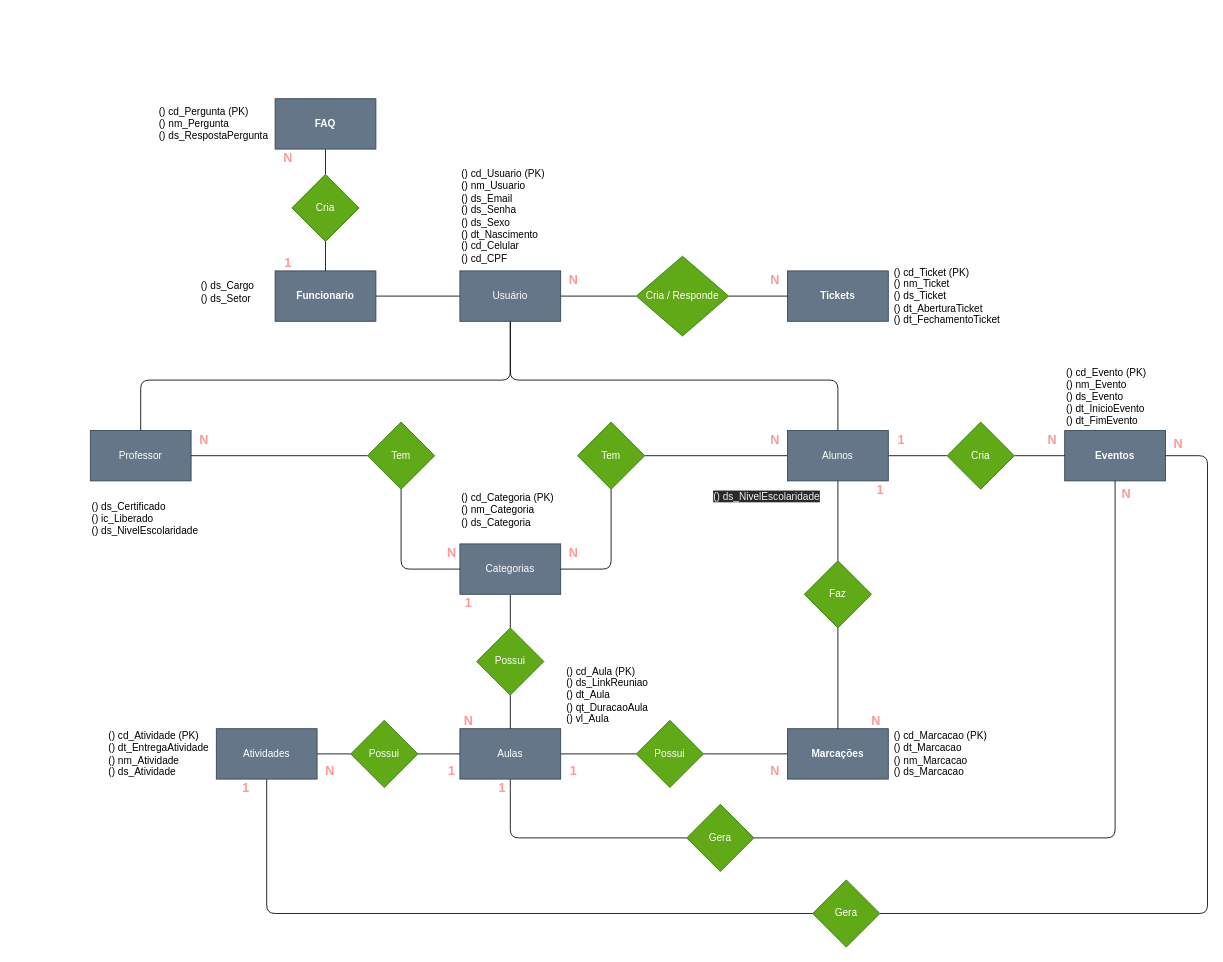
This is backend-api-java/der.drawio from retr0byte/tcc-fatec-2022, a draw.io file, before an edit. Source tidied: cells renumbered, new cells numbered last; positions are measured from the earlier drawing's top-left corner, leaving out a move shared by most shapes. Both pictures are drawn from the tidied source at 84%, with x=0, y=0 at pixel (90, 90).
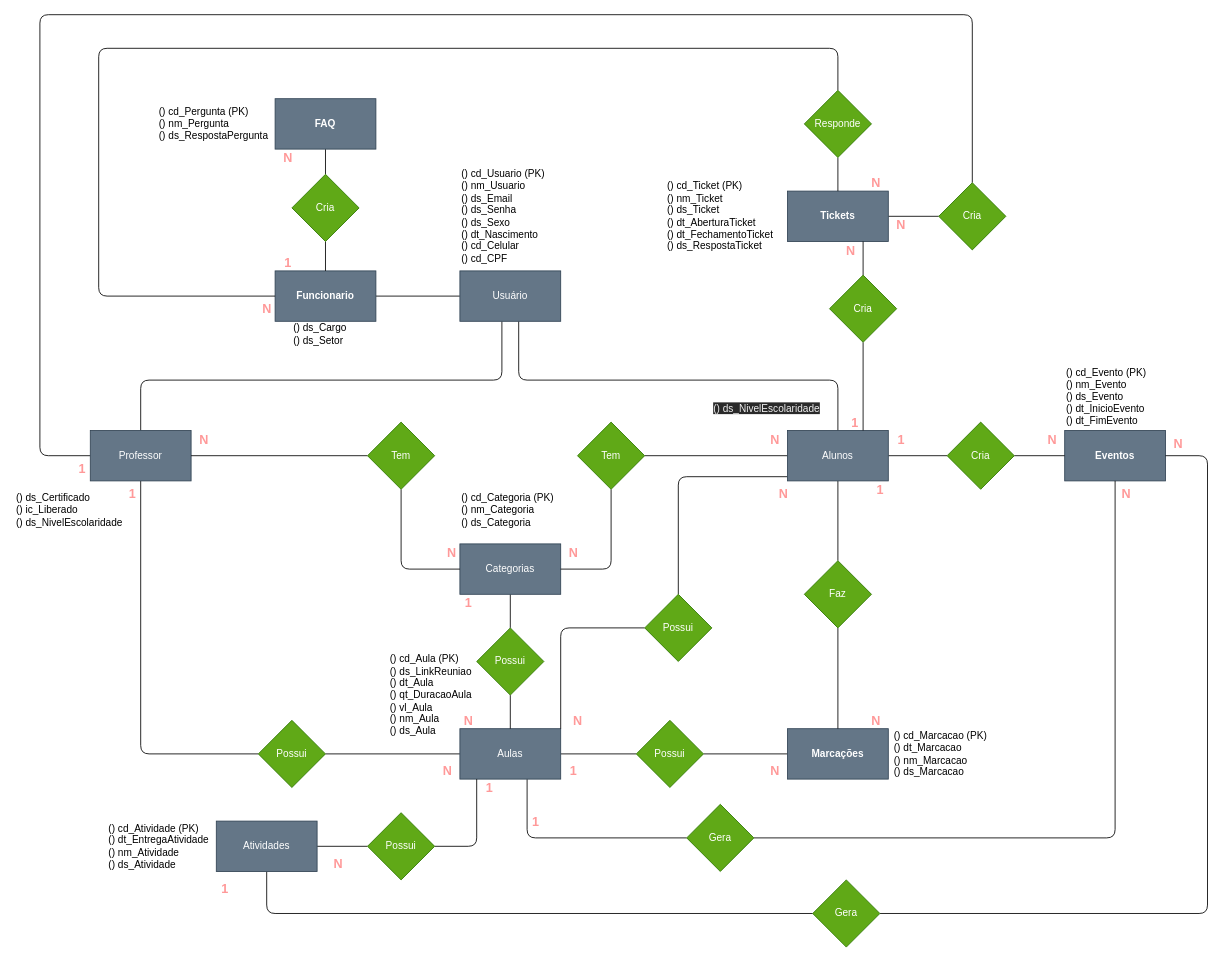
Above is the later version.

Unchanged cells that the change refers to:
```xml
<mxCell id="13" value="Usuário" style="rounded=0;whiteSpace=wrap;html=1;fillColor=#647687;strokeColor=#314354;fontColor=#ffffff;" parent="1" vertex="1">
  <mxGeometry x="440" y="215" width="120" height="60" as="geometry" />
</mxCell>
<mxCell id="14" value="Funcionario" style="rounded=0;whiteSpace=wrap;html=1;fontStyle=1;fillColor=#647687;strokeColor=#314354;fontColor=#ffffff;" parent="1" vertex="1">
  <mxGeometry x="220" y="215" width="120" height="60" as="geometry" />
</mxCell>
<mxCell id="18" value="Professor" style="rounded=0;whiteSpace=wrap;html=1;fillColor=#647687;strokeColor=#314354;fontColor=#ffffff;" parent="1" vertex="1">
  <mxGeometry y="405" width="120" height="60" as="geometry" />
</mxCell>
<mxCell id="22" value="Alunos" style="rounded=0;whiteSpace=wrap;html=1;fillColor=#647687;strokeColor=#314354;fontColor=#ffffff;" parent="1" vertex="1">
  <mxGeometry x="830" y="405" width="120" height="60" as="geometry" />
</mxCell>
<mxCell id="26" value="Aulas" style="rounded=0;whiteSpace=wrap;html=1;fillColor=#647687;strokeColor=#314354;fontColor=#ffffff;" parent="1" vertex="1">
  <mxGeometry x="440" y="760" width="120" height="60" as="geometry" />
</mxCell>
<mxCell id="79" value="Gera" style="rhombus;whiteSpace=wrap;html=1;fillColor=#60a917;fontColor=#ffffff;strokeColor=#2D7600;" parent="1" vertex="1">
  <mxGeometry x="710" y="850" width="80" height="80" as="geometry" />
</mxCell>
```

What changed in the source:
```diff
@@
     <mxCell id="3" value="() ds_Certificado&lt;br&gt;() ic_Liberado&lt;br&gt;() ds_NivelEscolaridade" style="text;html=1;strokeColor=none;fillColor=none;align=left;verticalAlign=middle;whiteSpace=wrap;rounded=0;" parent="1" vertex="1">
-      <mxGeometry y="470" width="150" height="80" as="geometry" />
+      <mxGeometry x="-90" y="460" width="150" height="80" as="geometry" />
     </mxCell>
@@
-    <mxCell id="5" value="() cd_Aula (PK)&lt;br&gt;() ds_LinkReuniao&lt;br&gt;() dt_Aula&lt;br&gt;() qt_DuracaoAula&lt;br&gt;() vl_Aula" style="text;html=1;strokeColor=none;fillColor=none;align=left;verticalAlign=middle;whiteSpace=wrap;rounded=0;" parent="1" vertex="1">
-      <mxGeometry x="565" y="680" width="130" height="80" as="geometry" />
+    <mxCell id="5" value="() cd_Aula (PK)&lt;br&gt;() ds_LinkReuniao&lt;br&gt;() dt_Aula&lt;br&gt;() qt_DuracaoAula&lt;br&gt;() vl_Aula&lt;br&gt;() nm_Aula&lt;br&gt;() ds_Aula" style="text;html=1;strokeColor=none;fillColor=none;align=left;verticalAlign=middle;whiteSpace=wrap;rounded=0;" parent="1" vertex="1">
+      <mxGeometry x="355" y="680" width="130" height="80" as="geometry" />
     </mxCell>
     <mxCell id="6" value="() ds_Cargo&lt;br&gt;() ds_Setor" style="text;html=1;strokeColor=none;fillColor=none;align=left;verticalAlign=middle;whiteSpace=wrap;rounded=0;fontStyle=0;" parent="1" vertex="1">
-      <mxGeometry x="130" y="200" width="110" height="80" as="geometry" />
+      <mxGeometry x="240" y="250" width="110" height="80" as="geometry" />
     </mxCell>
     <mxCell id="7" value="&lt;span style=&quot;color: rgb(240, 240, 240); font-family: helvetica; font-size: 12px; font-style: normal; font-weight: 400; letter-spacing: normal; text-align: left; text-indent: 0px; text-transform: none; word-spacing: 0px; background-color: rgb(42, 42, 42); display: inline; float: none;&quot;&gt;() ds_NivelEscolaridade&lt;/span&gt;" style="text;whiteSpace=wrap;html=1;" parent="1" vertex="1">
-      <mxGeometry x="740" y="470" width="150" height="30" as="geometry" />
+      <mxGeometry x="740" y="365" width="150" height="30" as="geometry" />
     </mxCell>
     <mxCell id="8" value="() cd_Atividade (PK)&lt;br&gt;() dt_EntregaAtividade&lt;br&gt;() nm_Atividade&lt;br&gt;() ds_Atividade" style="text;html=1;strokeColor=none;fillColor=none;align=left;verticalAlign=middle;whiteSpace=wrap;rounded=0;" parent="1" vertex="1">
-      <mxGeometry x="20" y="750" width="130" height="80" as="geometry" />
+      <mxGeometry x="20" y="860" width="130" height="80" as="geometry" />
     </mxCell>
@@
     <mxCell id="10" style="edgeStyle=orthogonalEdgeStyle;html=1;entryX=0.5;entryY=0;entryDx=0;entryDy=0;endArrow=none;endFill=0;" parent="1" edge="1" source="13" target="18">
       <mxGeometry relative="1" as="geometry">
         <Array as="points">
-          <mxPoint x="500" y="345" />
+          <mxPoint x="490" y="345" />
           <mxPoint x="60" y="345" />
         </Array>
       </mxGeometry>
     </mxCell>
     <mxCell id="11" style="edgeStyle=orthogonalEdgeStyle;html=1;endArrow=none;endFill=0;" parent="1" edge="1" source="13" target="22">
       <mxGeometry relative="1" as="geometry">
         <Array as="points">
-          <mxPoint x="500" y="345" />
+          <mxPoint x="510" y="345" />
           <mxPoint x="890" y="345" />
         </Array>
       </mxGeometry>
     </mxCell>
-    <mxCell id="12" style="edgeStyle=orthogonalEdgeStyle;html=1;entryX=0;entryY=0.5;entryDx=0;entryDy=0;endArrow=none;endFill=0;" parent="1" edge="1" source="13" target="49">
-      <mxGeometry relative="1" as="geometry" />
-    </mxCell>
@@
+    <mxCell id="82" style="edgeStyle=orthogonalEdgeStyle;html=1;entryX=0;entryY=0.5;entryDx=0;entryDy=0;endArrow=none;endFill=0;" parent="1" edge="1" source="17" target="102">
+      <mxGeometry relative="1" as="geometry" />
+    </mxCell>
     <mxCell id="17" value="Tickets" style="rounded=0;whiteSpace=wrap;html=1;fontStyle=1;fillColor=#647687;strokeColor=#314354;fontColor=#ffffff;" parent="1" vertex="1">
-      <mxGeometry x="830" y="215" width="120" height="60" as="geometry" />
+      <mxGeometry x="830" y="120" width="120" height="60" as="geometry" />
     </mxCell>
+    <mxCell id="83" style="edgeStyle=orthogonalEdgeStyle;html=1;entryX=0;entryY=0.5;entryDx=0;entryDy=0;endArrow=none;endFill=0;" parent="1" edge="1" source="18" target="87">
+      <mxGeometry relative="1" as="geometry">
+        <Array as="points">
+          <mxPoint x="60" y="790" />
+        </Array>
+      </mxGeometry>
+    </mxCell>
+    <mxCell id="84" style="edgeStyle=orthogonalEdgeStyle;html=1;entryX=0.5;entryY=0;entryDx=0;entryDy=0;endArrow=none;endFill=0;" parent="1" edge="1" source="18" target="102">
+      <mxGeometry relative="1" as="geometry">
+        <Array as="points">
+          <mxPoint x="-60" y="435" />
+          <mxPoint x="-60" y="-90" />
+          <mxPoint x="1050" y="-90" />
+        </Array>
+      </mxGeometry>
+    </mxCell>
@@
+    <mxCell id="85" style="edgeStyle=orthogonalEdgeStyle;html=1;entryX=0.5;entryY=0;entryDx=0;entryDy=0;endArrow=none;endFill=0;" parent="1" edge="1" source="22" target="91">
+      <mxGeometry relative="1" as="geometry">
+        <Array as="points">
+          <mxPoint x="700" y="460" />
+        </Array>
+      </mxGeometry>
+    </mxCell>
@@
     <mxCell id="25" style="edgeStyle=orthogonalEdgeStyle;html=1;entryX=0;entryY=0.5;entryDx=0;entryDy=0;endArrow=none;endFill=0;" parent="1" edge="1" source="26" target="79">
       <mxGeometry relative="1" as="geometry">
         <Array as="points">
-          <mxPoint x="500" y="890" />
+          <mxPoint x="520" y="890" />
         </Array>
       </mxGeometry>
     </mxCell>
+    <mxCell id="86" style="edgeStyle=none;html=1;entryX=1;entryY=0.5;entryDx=0;entryDy=0;endArrow=none;endFill=0;" parent="1" edge="1" source="26" target="87">
+      <mxGeometry relative="1" as="geometry" />
+    </mxCell>
@@
     <mxCell id="31" value="Atividades" style="rounded=0;whiteSpace=wrap;html=1;fillColor=#647687;strokeColor=#314354;fontColor=#ffffff;" parent="1" vertex="1">
-      <mxGeometry x="150" y="760" width="120" height="60" as="geometry" />
+      <mxGeometry x="150" y="870" width="120" height="60" as="geometry" />
     </mxCell>
@@
     <mxCell id="41" style="edgeStyle=orthogonalEdgeStyle;html=1;endArrow=none;endFill=0;" parent="1" edge="1" source="42" target="26">
-      <mxGeometry relative="1" as="geometry" />
+      <mxGeometry relative="1" as="geometry">
+        <Array as="points">
+          <mxPoint x="460" y="900" />
+        </Array>
+      </mxGeometry>
     </mxCell>
     <mxCell id="42" value="Possui" style="rhombus;whiteSpace=wrap;html=1;fillColor=#60a917;fontColor=#ffffff;strokeColor=#2D7600;" parent="1" vertex="1">
-      <mxGeometry x="310" y="750" width="80" height="80" as="geometry" />
+      <mxGeometry x="330" y="860" width="80" height="80" as="geometry" />
     </mxCell>
@@
-    <mxCell id="48" style="edgeStyle=orthogonalEdgeStyle;html=1;endArrow=none;endFill=0;" parent="1" edge="1" source="49" target="17">
-      <mxGeometry relative="1" as="geometry" />
-    </mxCell>
-    <mxCell id="49" value="Cria / Responde" style="rhombus;whiteSpace=wrap;html=1;fillColor=#60a917;fontColor=#ffffff;strokeColor=#2D7600;" parent="1" vertex="1">
-      <mxGeometry x="650" y="197.5" width="110" height="95" as="geometry" />
-    </mxCell>
@@
     <mxCell id="58" value="N" style="text;html=1;align=center;verticalAlign=middle;strokeColor=none;fillColor=none;fontStyle=1;fontSize=15;fontColor=#FF9999;" parent="1" vertex="1">
-      <mxGeometry x="270" y="800" width="30" height="20" as="geometry" />
+      <mxGeometry x="280" y="910" width="30" height="20" as="geometry" />
     </mxCell>
     <mxCell id="59" value="1" style="text;html=1;align=center;verticalAlign=middle;strokeColor=none;fillColor=none;fontStyle=1;fontSize=15;fontColor=#FF9999;" parent="1" vertex="1">
-      <mxGeometry x="420" y="800" width="20" height="20" as="geometry" />
+      <mxGeometry x="465" y="820" width="20" height="20" as="geometry" />
     </mxCell>
@@
     <mxCell id="66" value="N" style="text;html=1;align=center;verticalAlign=middle;strokeColor=none;fillColor=none;fontStyle=1;fontSize=15;fontColor=#FF9999;" parent="1" vertex="1">
-      <mxGeometry x="560" y="215" width="30" height="20" as="geometry" />
+      <mxGeometry x="195" y="250" width="30" height="20" as="geometry" />
     </mxCell>
     <mxCell id="67" value="N" style="text;html=1;align=center;verticalAlign=middle;strokeColor=none;fillColor=none;fontStyle=1;fontSize=15;fontColor=#FF9999;" parent="1" vertex="1">
-      <mxGeometry x="800" y="215" width="30" height="20" as="geometry" />
+      <mxGeometry x="920" y="100" width="30" height="20" as="geometry" />
     </mxCell>
@@
-    <mxCell id="71" value="() cd_Ticket (PK)&lt;br&gt;() nm_Ticket&lt;br&gt;() ds_Ticket&lt;br&gt;() dt_AberturaTicket&lt;br&gt;() dt_FechamentoTicket" style="text;html=1;strokeColor=none;fillColor=none;align=left;verticalAlign=middle;whiteSpace=wrap;rounded=0;fontStyle=0;" parent="1" vertex="1">
-      <mxGeometry x="955" y="205" width="145" height="80" as="geometry" />
+    <mxCell id="71" value="() cd_Ticket (PK)&lt;br&gt;() nm_Ticket&lt;br&gt;() ds_Ticket&lt;br&gt;() dt_AberturaTicket&lt;br&gt;() dt_FechamentoTicket&lt;br&gt;() ds_RespostaTicket" style="text;html=1;strokeColor=none;fillColor=none;align=left;verticalAlign=middle;whiteSpace=wrap;rounded=0;fontStyle=0;" parent="1" vertex="1">
+      <mxGeometry x="685" y="110" width="145" height="80" as="geometry" />
     </mxCell>
@@
     <mxCell id="74" value="1" style="text;html=1;align=center;verticalAlign=middle;strokeColor=none;fillColor=none;fontStyle=1;fontSize=15;fontColor=#FF9999;" parent="1" vertex="1">
-      <mxGeometry x="175" y="820" width="20" height="20" as="geometry" />
+      <mxGeometry x="150" y="940" width="20" height="20" as="geometry" />
     </mxCell>
@@
     <mxCell id="76" value="1" style="text;html=1;align=center;verticalAlign=middle;strokeColor=none;fillColor=none;fontStyle=1;fontSize=15;fontColor=#FF9999;" parent="1" vertex="1">
-      <mxGeometry x="480" y="820" width="20" height="20" as="geometry" />
+      <mxGeometry x="520" y="860" width="20" height="20" as="geometry" />
     </mxCell>
@@
+    <mxCell id="87" value="Possui" style="rhombus;whiteSpace=wrap;html=1;fillColor=#60a917;fontColor=#ffffff;strokeColor=#2D7600;" parent="1" vertex="1">
+      <mxGeometry x="200" y="750" width="80" height="80" as="geometry" />
+    </mxCell>
+    <mxCell id="88" value="N" style="text;html=1;align=center;verticalAlign=middle;strokeColor=none;fillColor=none;fontStyle=1;fontSize=15;fontColor=#FF9999;" parent="1" vertex="1">
+      <mxGeometry x="410" y="800" width="30" height="20" as="geometry" />
+    </mxCell>
+    <mxCell id="89" value="1" style="text;html=1;align=center;verticalAlign=middle;strokeColor=none;fillColor=none;fontStyle=1;fontSize=15;fontColor=#FF9999;" parent="1" vertex="1">
+      <mxGeometry x="40" y="470" width="20" height="20" as="geometry" />
+    </mxCell>
+    <mxCell id="90" style="edgeStyle=orthogonalEdgeStyle;html=1;entryX=1;entryY=0;entryDx=0;entryDy=0;endArrow=none;endFill=0;" parent="1" edge="1" source="91" target="26">
+      <mxGeometry relative="1" as="geometry" />
+    </mxCell>
+    <mxCell id="91" value="Possui" style="rhombus;whiteSpace=wrap;html=1;fillColor=#60a917;fontColor=#ffffff;strokeColor=#2D7600;" parent="1" vertex="1">
+      <mxGeometry x="660" y="600" width="80" height="80" as="geometry" />
+    </mxCell>
+    <mxCell id="92" value="N" style="text;html=1;align=center;verticalAlign=middle;strokeColor=none;fillColor=none;fontStyle=1;fontSize=15;fontColor=#FF9999;" parent="1" vertex="1">
+      <mxGeometry x="810" y="470" width="30" height="20" as="geometry" />
+    </mxCell>
+    <mxCell id="93" value="N" style="text;html=1;align=center;verticalAlign=middle;strokeColor=none;fillColor=none;fontStyle=1;fontSize=15;fontColor=#FF9999;" parent="1" vertex="1">
+      <mxGeometry x="565" y="740" width="30" height="20" as="geometry" />
+    </mxCell>
+    <mxCell id="94" value="1" style="text;html=1;align=center;verticalAlign=middle;strokeColor=none;fillColor=none;fontStyle=1;fontSize=15;fontColor=#FF9999;" parent="1" vertex="1">
+      <mxGeometry x="900" y="385" width="20" height="20" as="geometry" />
+    </mxCell>
+    <mxCell id="95" value="N" style="text;html=1;align=center;verticalAlign=middle;strokeColor=none;fillColor=none;fontStyle=1;fontSize=15;fontColor=#FF9999;" parent="1" vertex="1">
+      <mxGeometry x="890" y="180" width="30" height="20" as="geometry" />
+    </mxCell>
+    <mxCell id="96" style="edgeStyle=orthogonalEdgeStyle;html=1;entryX=0.5;entryY=0;entryDx=0;entryDy=0;endArrow=none;endFill=0;" parent="1" edge="1" source="98" target="17">
+      <mxGeometry relative="1" as="geometry" />
+    </mxCell>
+    <mxCell id="97" style="edgeStyle=orthogonalEdgeStyle;html=1;entryX=0;entryY=0.5;entryDx=0;entryDy=0;endArrow=none;endFill=0;" parent="1" edge="1" source="98" target="14">
+      <mxGeometry relative="1" as="geometry">
+        <Array as="points">
+          <mxPoint x="890" y="-50" />
+          <mxPoint x="10" y="-50" />
+          <mxPoint x="10" y="245" />
+        </Array>
+      </mxGeometry>
+    </mxCell>
+    <mxCell id="98" value="Responde" style="rhombus;whiteSpace=wrap;html=1;fillColor=#60a917;fontColor=#ffffff;strokeColor=#2D7600;" parent="1" vertex="1">
+      <mxGeometry x="850" width="80" height="80" as="geometry" />
+    </mxCell>
+    <mxCell id="99" style="edgeStyle=orthogonalEdgeStyle;html=1;entryX=0.75;entryY=1;entryDx=0;entryDy=0;endArrow=none;endFill=0;" parent="1" edge="1" source="101" target="17">
+      <mxGeometry relative="1" as="geometry" />
+    </mxCell>
+    <mxCell id="100" style="edgeStyle=orthogonalEdgeStyle;html=1;entryX=0.75;entryY=0;entryDx=0;entryDy=0;endArrow=none;endFill=0;" parent="1" edge="1" source="101" target="22">
+      <mxGeometry relative="1" as="geometry" />
+    </mxCell>
+    <mxCell id="101" value="Cria" style="rhombus;whiteSpace=wrap;html=1;fillColor=#60a917;fontColor=#ffffff;strokeColor=#2D7600;" parent="1" vertex="1">
+      <mxGeometry x="880" y="220" width="80" height="80" as="geometry" />
+    </mxCell>
+    <mxCell id="102" value="Cria" style="rhombus;whiteSpace=wrap;html=1;fillColor=#60a917;fontColor=#ffffff;strokeColor=#2D7600;" parent="1" vertex="1">
+      <mxGeometry x="1010" y="110" width="80" height="80" as="geometry" />
+    </mxCell>
+    <mxCell id="103" value="N" style="text;html=1;align=center;verticalAlign=middle;strokeColor=none;fillColor=none;fontStyle=1;fontSize=15;fontColor=#FF9999;" parent="1" vertex="1">
+      <mxGeometry x="950" y="150" width="30" height="20" as="geometry" />
+    </mxCell>
+    <mxCell id="104" value="1" style="text;html=1;align=center;verticalAlign=middle;strokeColor=none;fillColor=none;fontStyle=1;fontSize=15;fontColor=#FF9999;" parent="1" vertex="1">
+      <mxGeometry x="-20" y="440" width="20" height="20" as="geometry" />
+    </mxCell>
```
